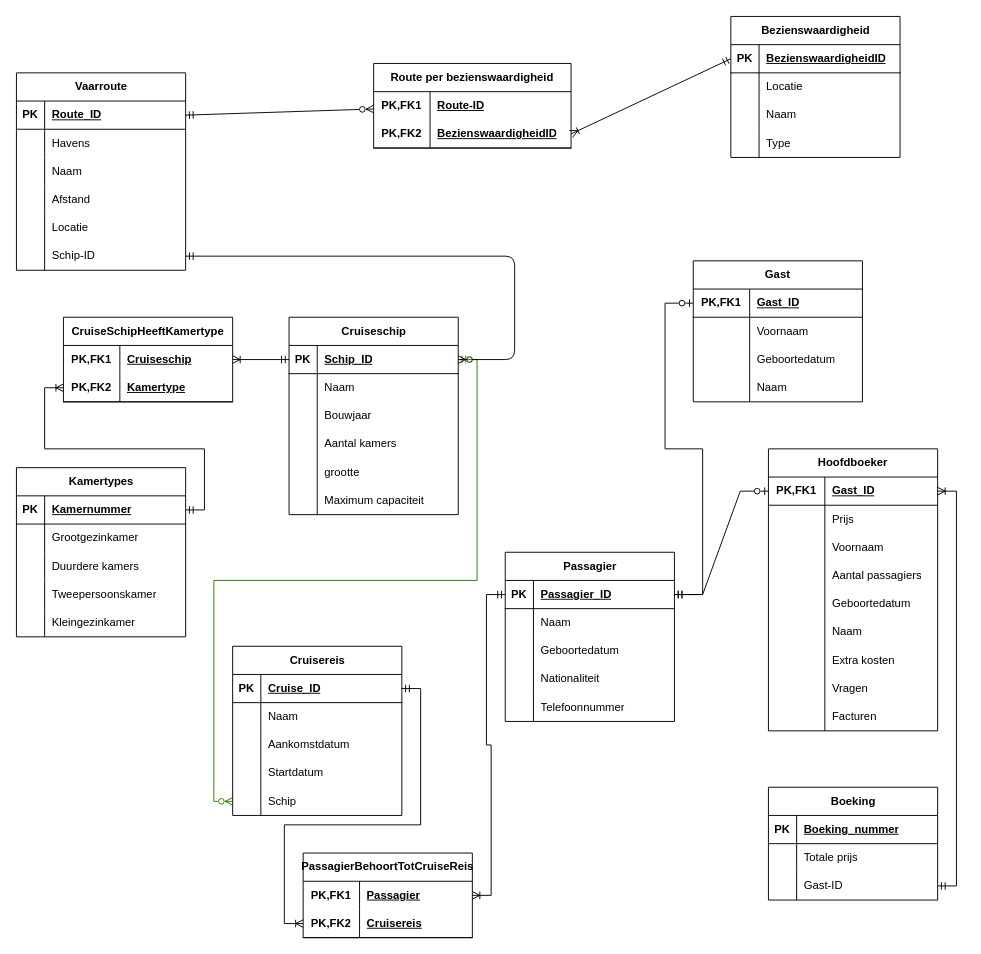
The draw.io diagram logisch datamodel.drawio in IgnaceVanbrabant/prodject-database, before the edit. Source tidied: cells renumbered, new cells numbered last; positions are measured from the earlier drawing's top-left corner, leaving out a move shared by most shapes. Both pictures are drawn from the tidied source at 94%, with x=0, y=0 at pixel (16, 16).
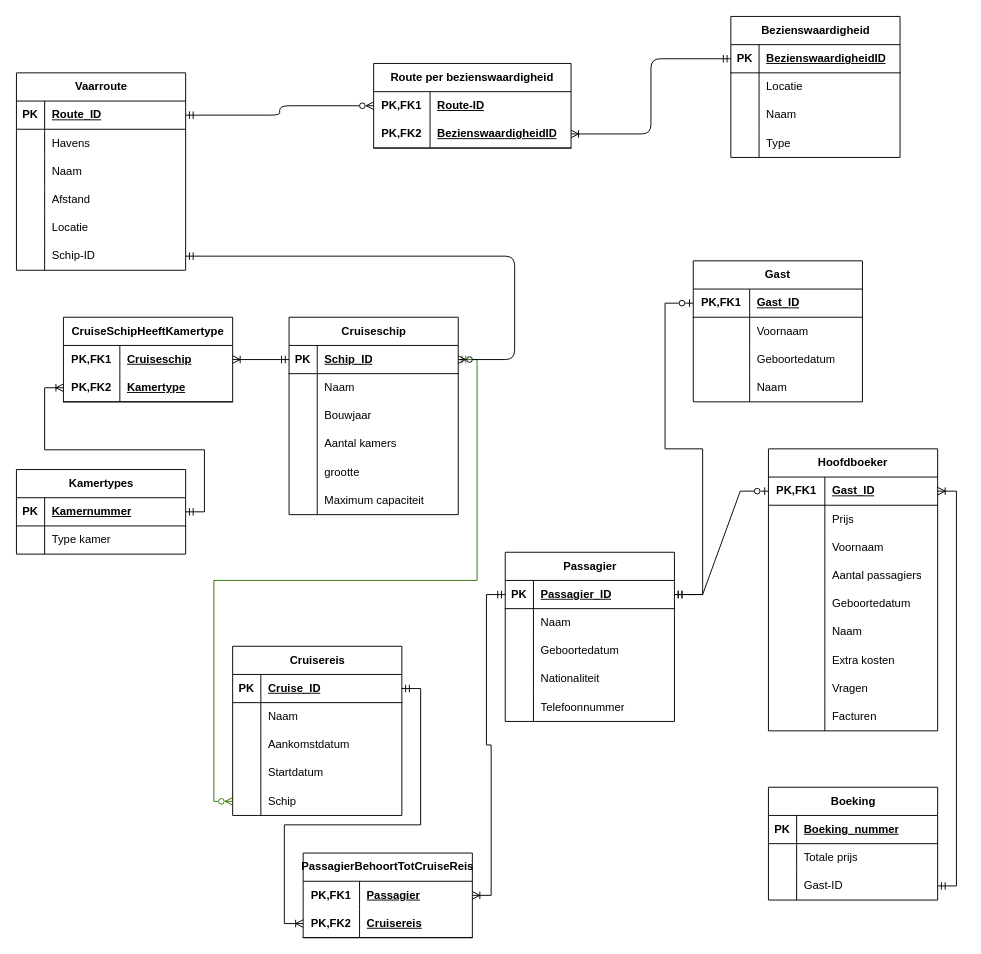
Above is the later version.

Unchanged cells that the change refers to:
```xml
<mxCell id="3" style="shape=tableRow;horizontal=0;startSize=0;swimlaneHead=0;swimlaneBody=0;fillColor=none;points=[[0,0.5],[1,0.5]];portConstraint=eastwest;top=0;left=0;right=0;bottom=1;" parent="2" vertex="1">
  <mxGeometry y="30" width="180" height="30" as="geometry" />
</mxCell>
<mxCell id="22" style="shape=tableRow;horizontal=0;startSize=0;swimlaneHead=0;swimlaneBody=0;fillColor=none;points=[[0,0.5],[1,0.5]];portConstraint=eastwest;top=0;left=0;right=0;bottom=1;" parent="21" vertex="1">
  <mxGeometry y="30" width="180" height="30" as="geometry" />
</mxCell>
<mxCell id="73" style="shape=tableRow;horizontal=0;startSize=0;swimlaneHead=0;swimlaneBody=0;fillColor=none;top=0;left=0;right=0;bottom=0;" parent="69" vertex="1">
  <mxGeometry y="60" width="180" height="30" as="geometry" />
</mxCell>
<mxCell id="175" value="Route per bezienswaardigheid" style="shape=table;startSize=30;childLayout=tableLayout;rowLines=0;fontStyle=1;align=center;html=1;whiteSpace=wrap;" parent="1" vertex="1">
  <mxGeometry x="380" y="50" width="210" height="90" as="geometry" />
</mxCell>
<mxCell id="179" style="shape=tableRow;horizontal=0;startSize=0;swimlaneHead=0;swimlaneBody=0;fillColor=none;points=[[0,0.5],[1,0.5]];portConstraint=eastwest;top=0;left=0;right=0;bottom=1;html=1;" parent="175" vertex="1">
  <mxGeometry y="60" width="210" height="30" as="geometry" />
</mxCell>
```

Change to the diagram source:
```diff
@@
     <mxCell id="69" value="Kamertypes" style="shape=table;startSize=30;childLayout=tableLayout;rowLines=0;fontStyle=1;align=center;html=1;" parent="1" vertex="1">
-      <mxGeometry y="480" width="180" height="180" as="geometry" />
+      <mxGeometry y="482" width="180" height="90" as="geometry" />
     </mxCell>
@@
-    <mxCell id="75" value="Grootgezinkamer" style="shape=partialRectangle;fillColor=none;top=0;left=0;bottom=0;right=0;align=left;spacingLeft=6;overflow=hidden;whiteSpace=wrap;html=1;" parent="73" vertex="1">
+    <mxCell id="75" value="Type kamer" style="shape=partialRectangle;fillColor=none;top=0;left=0;bottom=0;right=0;align=left;spacingLeft=6;overflow=hidden;whiteSpace=wrap;html=1;" parent="73" vertex="1">
       <mxGeometry x="30" width="150" height="30" as="geometry" />
     </mxCell>
-    <mxCell id="76" style="shape=tableRow;horizontal=0;startSize=0;swimlaneHead=0;swimlaneBody=0;fillColor=none;top=0;left=0;right=0;bottom=0;" parent="69" vertex="1">
-      <mxGeometry y="90" width="180" height="30" as="geometry" />
-    </mxCell>
-    <mxCell id="77" style="shape=partialRectangle;fillColor=none;top=0;left=0;bottom=0;right=0;overflow=hidden;whiteSpace=wrap;html=1;" parent="76" vertex="1">
-      <mxGeometry width="30" height="30" as="geometry" />
-    </mxCell>
-    <mxCell id="78" value="Duurdere kamers" style="shape=partialRectangle;fillColor=none;top=0;left=0;bottom=0;right=0;align=left;spacingLeft=6;overflow=hidden;whiteSpace=wrap;html=1;" parent="76" vertex="1">
-      <mxGeometry x="30" width="150" height="30" as="geometry" />
-    </mxCell>
-    <mxCell id="79" style="shape=tableRow;horizontal=0;startSize=0;swimlaneHead=0;swimlaneBody=0;fillColor=none;top=0;left=0;right=0;bottom=0;" parent="69" vertex="1">
-      <mxGeometry y="120" width="180" height="30" as="geometry" />
-    </mxCell>
-    <mxCell id="80" style="shape=partialRectangle;fillColor=none;top=0;left=0;bottom=0;right=0;overflow=hidden;whiteSpace=wrap;html=1;" parent="79" vertex="1">
-      <mxGeometry width="30" height="30" as="geometry" />
-    </mxCell>
-    <mxCell id="81" value="Tweepersoonskamer" style="shape=partialRectangle;fillColor=none;top=0;left=0;bottom=0;right=0;align=left;spacingLeft=6;overflow=hidden;whiteSpace=wrap;html=1;" parent="79" vertex="1">
-      <mxGeometry x="30" width="150" height="30" as="geometry" />
-    </mxCell>
-    <mxCell id="82" style="shape=tableRow;horizontal=0;startSize=0;swimlaneHead=0;swimlaneBody=0;fillColor=none;top=0;left=0;right=0;bottom=0;" parent="69" vertex="1">
-      <mxGeometry y="150" width="180" height="30" as="geometry" />
-    </mxCell>
-    <mxCell id="83" style="shape=partialRectangle;fillColor=none;top=0;left=0;bottom=0;right=0;overflow=hidden;whiteSpace=wrap;html=1;" parent="82" vertex="1">
-      <mxGeometry width="30" height="30" as="geometry" />
-    </mxCell>
-    <mxCell id="84" value="Kleingezinkamer" style="shape=partialRectangle;fillColor=none;top=0;left=0;bottom=0;right=0;align=left;spacingLeft=6;overflow=hidden;whiteSpace=wrap;html=1;" parent="82" vertex="1">
-      <mxGeometry x="30" width="150" height="30" as="geometry" />
-    </mxCell>
@@
-    <mxCell id="174" style="edgeStyle=none;html=1;entryX=1;entryY=0.5;entryDx=0;entryDy=0;startArrow=ERzeroToMany;startFill=0;endArrow=ERmandOne;endFill=0;" parent="1" edge="1" source="175" target="3">
+    <mxCell id="174" style="edgeStyle=orthogonalEdgeStyle;html=1;entryX=1;entryY=0.5;entryDx=0;entryDy=0;startArrow=ERzeroToMany;startFill=0;endArrow=ERmandOne;endFill=0;" parent="1" edge="1" source="175" target="3">
       <mxGeometry relative="1" as="geometry" />
     </mxCell>
@@
-    <mxCell id="182" style="edgeStyle=none;html=1;entryX=0;entryY=0.5;entryDx=0;entryDy=0;startArrow=ERoneToMany;startFill=0;endArrow=ERmandOne;endFill=0;exitX=1;exitY=0.5;exitDx=0;exitDy=0;" parent="1" edge="1" source="179" target="22">
+    <mxCell id="182" style="edgeStyle=orthogonalEdgeStyle;html=1;entryX=0;entryY=0.5;entryDx=0;entryDy=0;startArrow=ERoneToMany;startFill=0;endArrow=ERmandOne;endFill=0;exitX=1;exitY=0.5;exitDx=0;exitDy=0;" parent="1" edge="1" source="179" target="22">
       <mxGeometry relative="1" as="geometry" />
     </mxCell>
```
